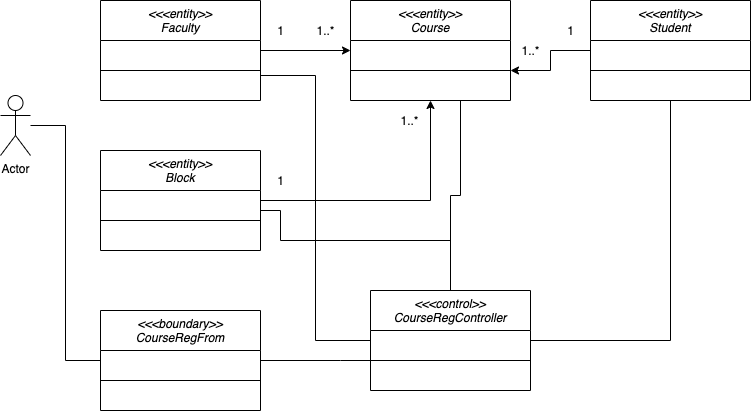
Before: documentation/VOPC.png, a diagram exported from draw.io (odbayar1231/cs425-CRS). Source tidied: cells renumbered, new cells last; positions are measured from the earlier drawing's top-left corner, leaving out a move shared by most shapes.
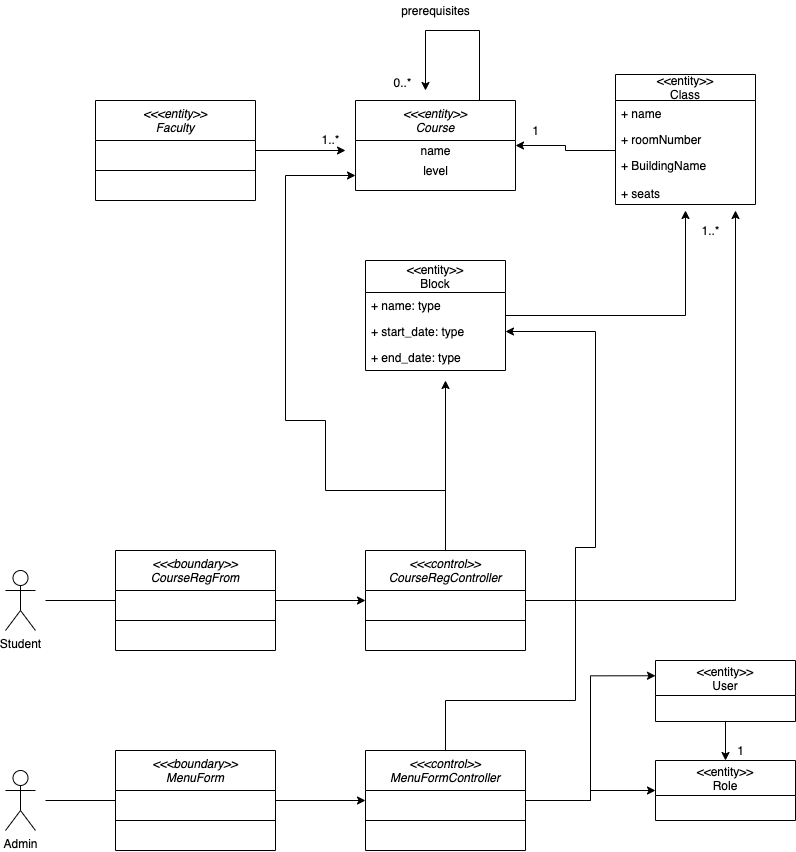
Later version of the same file.

Commit message:
change VOPC and add presentation for analysis.

The edit, as a diff of the source:
```diff
@@ -2,103 +2,180 @@
   <root>
     <mxCell id="0" />
     <mxCell id="1" parent="0" />
-    <mxCell id="2" style="edgeStyle=orthogonalEdgeStyle;rounded=0;jettySize=auto;html=1;entryX=0;entryY=0.5;entryDx=0;entryDy=0;" parent="1" edge="1" source="3" target="10">
-      <mxGeometry relative="1" as="geometry" />
-    </mxCell>
+    <mxCell id="30" style="edgeStyle=orthogonalEdgeStyle;rounded=0;jettySize=auto;html=1;" parent="1" edge="1" source="3">
+      <mxGeometry relative="1" as="geometry">
+        <mxPoint x="330" y="60" as="targetPoint" />
+      </mxGeometry>
+    </mxCell>
     <mxCell id="3" value="&lt;&lt;&lt;entity&gt;&gt;&#10;Faculty&#10;" style="swimlane;fontStyle=2;align=center;verticalAlign=top;horizontal=1;startSize=40;rounded=0;shadow=0;strokeWidth=1;" parent="1" vertex="1">
-      <mxGeometry x="100" width="160" height="100" as="geometry" />
+      <mxGeometry x="80" y="10" width="160" height="100" as="geometry" />
     </mxCell>
     <mxCell id="4" style="line;html=1;strokeWidth=1;align=left;verticalAlign=middle;spacingTop=-1;spacingLeft=3;spacingRight=3;labelPosition=right;" parent="3" vertex="1">
       <mxGeometry y="40" width="160" height="60" as="geometry" />
     </mxCell>
-    <mxCell id="5" style="edgeStyle=orthogonalEdgeStyle;rounded=0;jettySize=auto;html=1;entryX=0;entryY=0.5;entryDx=0;entryDy=0;endArrow=none;endFill=0;" parent="1" edge="1" source="6" target="21">
-      <mxGeometry relative="1" as="geometry" />
+    <mxCell id="5" style="edgeStyle=orthogonalEdgeStyle;rounded=0;jettySize=auto;html=1;entryX=0;entryY=0.5;entryDx=0;entryDy=0;endArrow=none;endFill=0;" parent="1" edge="1" target="21">
+      <mxGeometry relative="1" as="geometry">
+        <mxPoint x="30" y="510" as="sourcePoint" />
+      </mxGeometry>
     </mxCell>
-    <mxCell id="6" value="Actor" style="shape=umlActor;verticalLabelPosition=bottom;labelBackgroundColor=#ffffff;verticalAlign=top;html=1;outlineConnect=0;" parent="1" vertex="1">
-      <mxGeometry y="95" width="30" height="60" as="geometry" />
+    <mxCell id="6" value="Student" style="shape=umlActor;verticalLabelPosition=bottom;labelBackgroundColor=#ffffff;verticalAlign=top;html=1;outlineConnect=0;" parent="1" vertex="1">
+      <mxGeometry x="-10" y="480" width="30" height="60" as="geometry" />
     </mxCell>
-    <mxCell id="7" style="edgeStyle=orthogonalEdgeStyle;rounded=0;jettySize=auto;html=1;" parent="1" edge="1" source="8" target="11">
-      <mxGeometry relative="1" as="geometry" />
-    </mxCell>
-    <mxCell id="8" value="&lt;&lt;&lt;entity&gt;&gt;&#10;Student" style="swimlane;fontStyle=2;align=center;verticalAlign=top;horizontal=1;startSize=40;rounded=0;shadow=0;strokeWidth=1;" parent="1" vertex="1">
-      <mxGeometry x="590" width="160" height="100" as="geometry" />
-    </mxCell>
-    <mxCell id="9" style="line;html=1;strokeWidth=1;align=left;verticalAlign=middle;spacingTop=-1;spacingLeft=3;spacingRight=3;labelPosition=right;" parent="8" vertex="1">
-      <mxGeometry y="40" width="160" height="60" as="geometry" />
-    </mxCell>
+    <mxCell id="31" style="edgeStyle=orthogonalEdgeStyle;rounded=0;jettySize=auto;html=1;entryX=1;entryY=0.5;entryDx=0;entryDy=0;" parent="1" edge="1" target="10">
+      <mxGeometry relative="1" as="geometry">
+        <mxPoint x="600" y="60" as="sourcePoint" />
+      </mxGeometry>
+    </mxCell>
+    <mxCell id="32" style="edgeStyle=orthogonalEdgeStyle;rounded=0;jettySize=auto;html=1;" parent="1" edge="1" source="10">
+      <mxGeometry relative="1" as="geometry">
+        <mxPoint x="410" as="targetPoint" />
+        <Array as="points">
+          <mxPoint x="464" y="-60" />
+          <mxPoint x="410" y="-60" />
+        </Array>
+      </mxGeometry>
+    </mxCell>
     <mxCell id="10" value="&lt;&lt;&lt;entity&gt;&gt;&#10;Course" style="swimlane;fontStyle=2;align=center;verticalAlign=top;horizontal=1;startSize=40;rounded=0;shadow=0;strokeWidth=1;" parent="1" vertex="1">
-      <mxGeometry x="350" width="160" height="100" as="geometry" />
+      <mxGeometry x="340" y="10" width="160" height="90" as="geometry" />
     </mxCell>
-    <mxCell id="11" style="line;html=1;strokeWidth=1;align=left;verticalAlign=middle;spacingTop=-1;spacingLeft=3;spacingRight=3;labelPosition=right;points=[];portConstraint=eastwest;" parent="10" vertex="1">
-      <mxGeometry y="40" width="160" height="60" as="geometry" />
-    </mxCell>
-    <mxCell id="12" value="1" style="text;html=1;align=center;verticalAlign=middle;" parent="1" vertex="1">
-      <mxGeometry x="270" y="20" width="20" height="20" as="geometry" />
-    </mxCell>
-    <mxCell id="13" value="1..*" style="text;html=1;align=center;verticalAlign=middle;" parent="1" vertex="1">
-      <mxGeometry x="310" y="20" width="30" height="20" as="geometry" />
-    </mxCell>
-    <mxCell id="14" style="edgeStyle=orthogonalEdgeStyle;rounded=0;jettySize=auto;html=1;entryX=0.5;entryY=1;entryDx=0;entryDy=0;" parent="1" edge="1" source="15" target="10">
-      <mxGeometry relative="1" as="geometry" />
-    </mxCell>
-    <mxCell id="15" value="&lt;&lt;&lt;entity&gt;&gt;&#10;Block" style="swimlane;fontStyle=2;align=center;verticalAlign=top;horizontal=1;startSize=40;rounded=0;shadow=0;strokeWidth=1;" parent="1" vertex="1">
-      <mxGeometry x="100" y="150" width="160" height="100" as="geometry" />
-    </mxCell>
-    <mxCell id="16" style="line;html=1;strokeWidth=1;align=left;verticalAlign=middle;spacingTop=-1;spacingLeft=3;spacingRight=3;labelPosition=right;" parent="15" vertex="1">
-      <mxGeometry y="40" width="160" height="60" as="geometry" />
-    </mxCell>
-    <mxCell id="17" value="1" style="text;html=1;align=center;verticalAlign=middle;" parent="1" vertex="1">
-      <mxGeometry x="270" y="170" width="20" height="20" as="geometry" />
-    </mxCell>
-    <mxCell id="18" value="1..*" style="text;html=1;align=center;verticalAlign=middle;" parent="1" vertex="1">
-      <mxGeometry x="394" y="110" width="30" height="20" as="geometry" />
-    </mxCell>
-    <mxCell id="19" value="1" style="text;html=1;align=center;verticalAlign=middle;" parent="1" vertex="1">
-      <mxGeometry x="560" y="20" width="20" height="20" as="geometry" />
-    </mxCell>
-    <mxCell id="20" value="1..*" style="text;html=1;align=center;verticalAlign=middle;" parent="1" vertex="1">
-      <mxGeometry x="515" y="40" width="30" height="20" as="geometry" />
-    </mxCell>
+    <mxCell id="33" value="name" style="text;html=1;align=center;verticalAlign=middle;" parent="10" vertex="1">
+      <mxGeometry y="40" width="160" height="20" as="geometry" />
+    </mxCell>
+    <mxCell id="34" value="level" style="text;html=1;align=center;verticalAlign=middle;" parent="10" vertex="1">
+      <mxGeometry y="60" width="160" height="20" as="geometry" />
+    </mxCell>
+    <mxCell id="35" style="edgeStyle=orthogonalEdgeStyle;rounded=0;jettySize=auto;html=1;entryX=0;entryY=0.5;entryDx=0;entryDy=0;" parent="1" edge="1" source="21" target="28">
+      <mxGeometry relative="1" as="geometry" />
+    </mxCell>
     <mxCell id="21" value="&lt;&lt;&lt;boundary&gt;&gt;&#10;CourseRegFrom" style="swimlane;fontStyle=2;align=center;verticalAlign=top;horizontal=1;startSize=40;rounded=0;shadow=0;strokeWidth=1;" parent="1" vertex="1">
-      <mxGeometry x="100" y="310" width="160" height="100" as="geometry" />
+      <mxGeometry x="100" y="460" width="160" height="100" as="geometry" />
     </mxCell>
     <mxCell id="22" style="line;html=1;strokeWidth=1;align=left;verticalAlign=middle;spacingTop=-1;spacingLeft=3;spacingRight=3;labelPosition=right;" parent="21" vertex="1">
       <mxGeometry y="40" width="160" height="60" as="geometry" />
     </mxCell>
-    <mxCell id="23" style="edgeStyle=orthogonalEdgeStyle;rounded=0;jettySize=auto;html=1;endArrow=none;endFill=0;" parent="1" edge="1" source="28">
-      <mxGeometry relative="1" as="geometry">
-        <mxPoint x="460" y="100" as="targetPoint" />
-      </mxGeometry>
-    </mxCell>
-    <mxCell id="24" style="edgeStyle=orthogonalEdgeStyle;rounded=0;jettySize=auto;html=1;endArrow=none;endFill=0;" parent="1" edge="1" source="28">
-      <mxGeometry relative="1" as="geometry">
-        <mxPoint x="260" y="210" as="targetPoint" />
-        <Array as="points">
-          <mxPoint x="450" y="240" />
-          <mxPoint x="280" y="240" />
-          <mxPoint x="280" y="210" />
-        </Array>
-      </mxGeometry>
-    </mxCell>
-    <mxCell id="25" style="edgeStyle=orthogonalEdgeStyle;rounded=0;jettySize=auto;html=1;entryX=0.5;entryY=1;entryDx=0;entryDy=0;endArrow=none;endFill=0;" parent="1" edge="1" source="28" target="8">
-      <mxGeometry relative="1" as="geometry" />
-    </mxCell>
-    <mxCell id="26" style="edgeStyle=orthogonalEdgeStyle;rounded=0;jettySize=auto;html=1;entryX=1;entryY=0.75;entryDx=0;entryDy=0;endArrow=none;endFill=0;" parent="1" edge="1" source="28" target="3">
-      <mxGeometry relative="1" as="geometry" />
-    </mxCell>
-    <mxCell id="27" style="edgeStyle=orthogonalEdgeStyle;rounded=0;jettySize=auto;html=1;entryX=1;entryY=0.5;entryDx=0;entryDy=0;endArrow=none;endFill=0;" parent="1" edge="1" source="28" target="21">
-      <mxGeometry relative="1" as="geometry">
-        <Array as="points">
-          <mxPoint x="340" y="360" />
-          <mxPoint x="340" y="360" />
-        </Array>
-      </mxGeometry>
-    </mxCell>
+    <mxCell id="36" style="edgeStyle=orthogonalEdgeStyle;rounded=0;jettySize=auto;html=1;" parent="1" edge="1" source="28">
+      <mxGeometry relative="1" as="geometry">
+        <mxPoint x="430" y="290" as="targetPoint" />
+      </mxGeometry>
+    </mxCell>
+    <mxCell id="37" style="edgeStyle=orthogonalEdgeStyle;rounded=0;jettySize=auto;html=1;" parent="1" edge="1" source="28">
+      <mxGeometry relative="1" as="geometry">
+        <mxPoint x="720" y="120" as="targetPoint" />
+      </mxGeometry>
+    </mxCell>
+    <mxCell id="38" style="edgeStyle=orthogonalEdgeStyle;rounded=0;jettySize=auto;html=1;" parent="1" edge="1" source="28">
+      <mxGeometry relative="1" as="geometry">
+        <mxPoint x="340" y="85" as="targetPoint" />
+        <Array as="points">
+          <mxPoint x="430" y="400" />
+          <mxPoint x="310" y="400" />
+          <mxPoint x="310" y="330" />
+          <mxPoint x="270" y="330" />
+          <mxPoint x="270" y="85" />
+        </Array>
+      </mxGeometry>
+    </mxCell>
     <mxCell id="28" value="&lt;&lt;&lt;control&gt;&gt;&#10;CourseRegController" style="swimlane;fontStyle=2;align=center;verticalAlign=top;horizontal=1;startSize=40;rounded=0;shadow=0;strokeWidth=1;" parent="1" vertex="1">
-      <mxGeometry x="370" y="290" width="160" height="100" as="geometry" />
+      <mxGeometry x="350" y="460" width="160" height="100" as="geometry" />
     </mxCell>
     <mxCell id="29" style="line;html=1;strokeWidth=1;align=left;verticalAlign=middle;spacingTop=-1;spacingLeft=3;spacingRight=3;labelPosition=right;" parent="28" vertex="1">
       <mxGeometry y="40" width="160" height="60" as="geometry" />
     </mxCell>
+    <mxCell id="39" value="1..*" style="text;html=1;align=center;verticalAlign=middle;" parent="1" vertex="1">
+      <mxGeometry x="300" y="39" width="30" height="20" as="geometry" />
+    </mxCell>
+    <mxCell id="40" value="prerequisites" style="text;html=1;align=center;verticalAlign=middle;" parent="1" vertex="1">
+      <mxGeometry x="380" y="-90" width="80" height="20" as="geometry" />
+    </mxCell>
+    <mxCell id="41" value="0..*" style="text;html=1;align=center;verticalAlign=middle;" parent="1" vertex="1">
+      <mxGeometry x="372" y="-18" width="30" height="20" as="geometry" />
+    </mxCell>
+    <mxCell id="42" value="1" style="text;html=1;align=center;verticalAlign=middle;" parent="1" vertex="1">
+      <mxGeometry x="510" y="30" width="20" height="20" as="geometry" />
+    </mxCell>
+    <mxCell id="43" value="&lt;&lt;entity&gt;&gt;&#10;Class" style="swimlane;fontStyle=0;horizontal=1;startSize=26;fillColor=none;" parent="1" vertex="1">
+      <mxGeometry x="600" y="-16" width="140" height="130" as="geometry" />
+    </mxCell>
+    <mxCell id="44" value="+ name" style="text;strokeColor=none;fillColor=none;align=left;verticalAlign=top;spacingLeft=4;spacingRight=4;overflow=hidden;" parent="43" vertex="1">
+      <mxGeometry y="26" width="140" height="26" as="geometry" />
+    </mxCell>
+    <mxCell id="45" value="+ roomNumber" style="text;strokeColor=none;fillColor=none;align=left;verticalAlign=top;spacingLeft=4;spacingRight=4;overflow=hidden;" parent="43" vertex="1">
+      <mxGeometry y="52" width="140" height="26" as="geometry" />
+    </mxCell>
+    <mxCell id="46" value="+ BuildingName&#10;&#10;+ seats" style="text;strokeColor=none;fillColor=none;align=left;verticalAlign=top;spacingLeft=4;spacingRight=4;overflow=hidden;" parent="43" vertex="1">
+      <mxGeometry y="78" width="140" height="52" as="geometry" />
+    </mxCell>
+    <mxCell id="47" style="edgeStyle=orthogonalEdgeStyle;rounded=0;jettySize=auto;html=1;" parent="1" edge="1" source="48">
+      <mxGeometry relative="1" as="geometry">
+        <mxPoint x="670" y="120" as="targetPoint" />
+      </mxGeometry>
+    </mxCell>
+    <mxCell id="48" value="&lt;&lt;entity&gt;&gt;&#10;Block" style="swimlane;fontStyle=0;horizontal=1;startSize=32;fillColor=none;" parent="1" vertex="1">
+      <mxGeometry x="350" y="170" width="140" height="110" as="geometry" />
+    </mxCell>
+    <mxCell id="49" value="+ name: type" style="text;strokeColor=none;fillColor=none;align=left;verticalAlign=top;spacingLeft=4;spacingRight=4;overflow=hidden;" parent="48" vertex="1">
+      <mxGeometry y="32" width="140" height="26" as="geometry" />
+    </mxCell>
+    <mxCell id="50" value="+ start_date: type" style="text;strokeColor=none;fillColor=none;align=left;verticalAlign=top;spacingLeft=4;spacingRight=4;overflow=hidden;points=[[0,0.5],[1,0.5]];portConstraint=eastwest;" parent="48" vertex="1">
+      <mxGeometry y="58" width="140" height="26" as="geometry" />
+    </mxCell>
+    <mxCell id="51" value="+ end_date: type" style="text;strokeColor=none;fillColor=none;align=left;verticalAlign=top;spacingLeft=4;spacingRight=4;overflow=hidden;" parent="48" vertex="1">
+      <mxGeometry y="84" width="140" height="26" as="geometry" />
+    </mxCell>
+    <mxCell id="52" value="1..*" style="text;html=1;align=center;verticalAlign=middle;" parent="1" vertex="1">
+      <mxGeometry x="680" y="130" width="30" height="20" as="geometry" />
+    </mxCell>
+    <mxCell id="53" style="edgeStyle=orthogonalEdgeStyle;rounded=0;jettySize=auto;html=1;entryX=0.5;entryY=0;entryDx=0;entryDy=0;" parent="1" edge="1" source="54" target="55">
+      <mxGeometry relative="1" as="geometry" />
+    </mxCell>
+    <mxCell id="54" value="&lt;&lt;entity&gt;&gt;&#10;User" style="swimlane;fontStyle=0;horizontal=1;startSize=35;fillColor=none;" parent="1" vertex="1">
+      <mxGeometry x="640" y="570" width="140" height="61" as="geometry" />
+    </mxCell>
+    <mxCell id="55" value="&lt;&lt;entity&gt;&gt;&#10;Role" style="swimlane;fontStyle=0;horizontal=1;startSize=35;fillColor=none;" parent="1" vertex="1">
+      <mxGeometry x="640" y="670" width="140" height="60" as="geometry" />
+    </mxCell>
+    <mxCell id="56" value="1" style="text;html=1;align=center;verticalAlign=middle;" parent="1" vertex="1">
+      <mxGeometry x="715" y="650" width="20" height="20" as="geometry" />
+    </mxCell>
+    <mxCell id="57" style="edgeStyle=orthogonalEdgeStyle;rounded=0;jettySize=auto;html=1;entryX=0;entryY=0.5;entryDx=0;entryDy=0;endArrow=none;endFill=0;" parent="1" edge="1" target="60">
+      <mxGeometry relative="1" as="geometry">
+        <mxPoint x="30" y="710" as="sourcePoint" />
+      </mxGeometry>
+    </mxCell>
+    <mxCell id="58" value="Admin" style="shape=umlActor;verticalLabelPosition=bottom;labelBackgroundColor=#ffffff;verticalAlign=top;html=1;" parent="1" vertex="1">
+      <mxGeometry x="-10" y="680" width="30" height="60" as="geometry" />
+    </mxCell>
+    <mxCell id="59" style="edgeStyle=orthogonalEdgeStyle;rounded=0;jettySize=auto;html=1;entryX=0;entryY=0.5;entryDx=0;entryDy=0;" parent="1" edge="1" source="60" target="65">
+      <mxGeometry relative="1" as="geometry" />
+    </mxCell>
+    <mxCell id="60" value="&lt;&lt;&lt;boundary&gt;&gt;&#10;MenuForm" style="swimlane;fontStyle=2;align=center;verticalAlign=top;horizontal=1;startSize=40;rounded=0;shadow=0;strokeWidth=1;" parent="1" vertex="1">
+      <mxGeometry x="100" y="660" width="160" height="100" as="geometry" />
+    </mxCell>
+    <mxCell id="61" style="line;html=1;strokeWidth=1;align=left;verticalAlign=middle;spacingTop=-1;spacingLeft=3;spacingRight=3;labelPosition=right;" parent="60" vertex="1">
+      <mxGeometry y="40" width="160" height="60" as="geometry" />
+    </mxCell>
+    <mxCell id="62" style="edgeStyle=orthogonalEdgeStyle;rounded=0;jettySize=auto;html=1;entryX=0;entryY=0.25;entryDx=0;entryDy=0;" parent="1" edge="1" source="65" target="54">
+      <mxGeometry relative="1" as="geometry" />
+    </mxCell>
+    <mxCell id="63" style="edgeStyle=orthogonalEdgeStyle;rounded=0;jettySize=auto;html=1;entryX=0;entryY=0.5;entryDx=0;entryDy=0;" parent="1" edge="1" source="65" target="55">
+      <mxGeometry relative="1" as="geometry" />
+    </mxCell>
+    <mxCell id="64" style="edgeStyle=orthogonalEdgeStyle;rounded=0;jettySize=auto;html=1;entryX=1;entryY=0.5;entryDx=0;entryDy=0;" parent="1" edge="1" source="65" target="50">
+      <mxGeometry relative="1" as="geometry">
+        <Array as="points">
+          <mxPoint x="430" y="610" />
+          <mxPoint x="560" y="610" />
+          <mxPoint x="560" y="457" />
+          <mxPoint x="580" y="457" />
+          <mxPoint x="580" y="241" />
+        </Array>
+      </mxGeometry>
+    </mxCell>
+    <mxCell id="65" value="&lt;&lt;&lt;control&gt;&gt;&#10;MenuFormController" style="swimlane;fontStyle=2;align=center;verticalAlign=top;horizontal=1;startSize=40;rounded=0;shadow=0;strokeWidth=1;" parent="1" vertex="1">
+      <mxGeometry x="350" y="660" width="160" height="100" as="geometry" />
+    </mxCell>
+    <mxCell id="66" style="line;html=1;strokeWidth=1;align=left;verticalAlign=middle;spacingTop=-1;spacingLeft=3;spacingRight=3;labelPosition=right;" parent="65" vertex="1">
+      <mxGeometry y="40" width="160" height="60" as="geometry" />
+    </mxCell>
   </root>
 </mxGraphModel>
```
